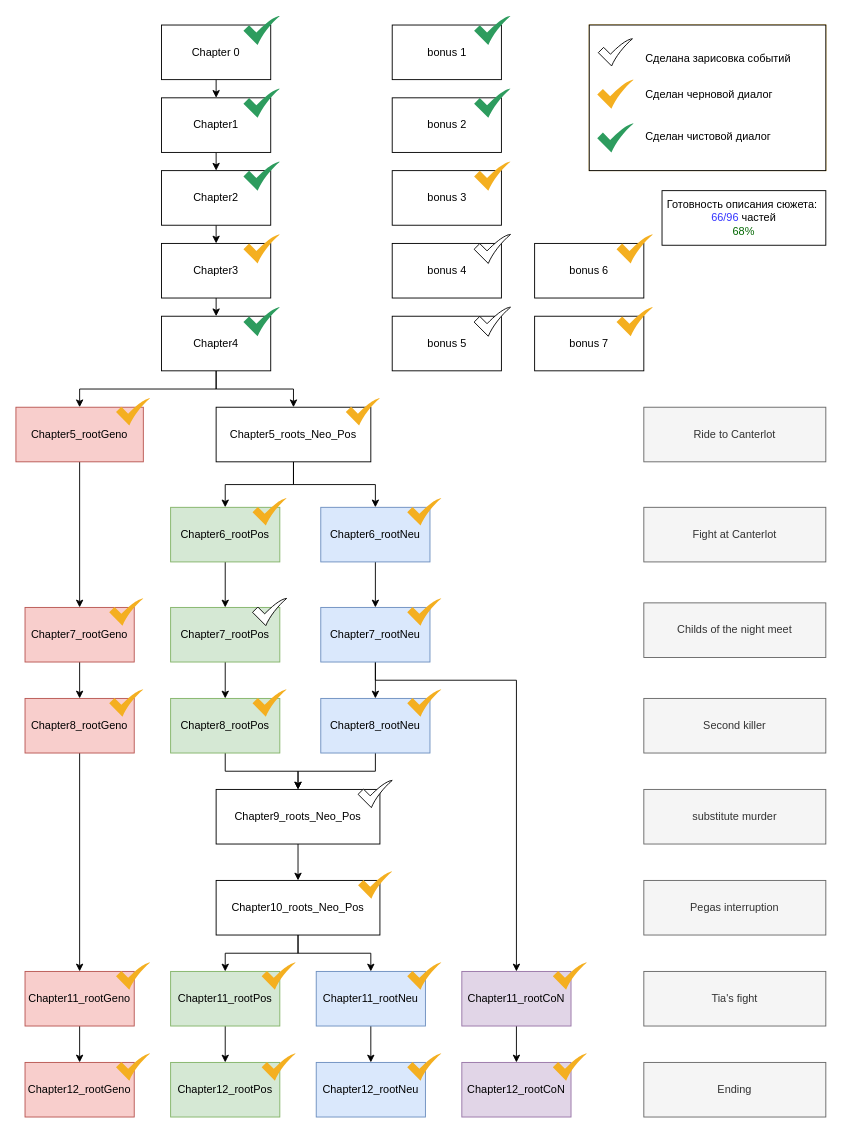
This is wip plot materials/chapters_clean/order.drawio from Oplkill/Silent-Burden-of-the-Dreamers-Visual-Novel-, a draw.io file, before an edit. Source tidied: cells renumbered, new cells numbered last; positions are measured from the earlier drawing's top-left corner, leaving out a move shared by most shapes. Both pictures are drawn from the tidied source at 91%, with x=0, y=0 at pixel (15, 15).
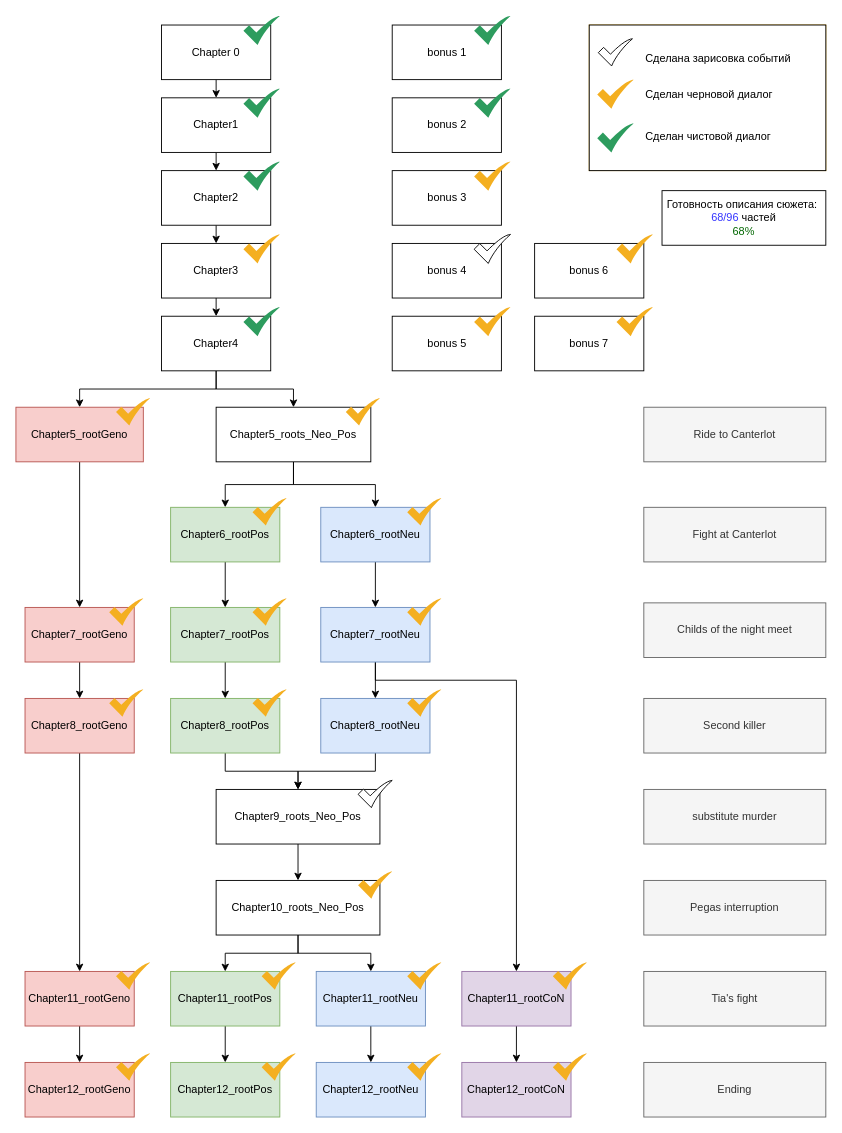
The same diagram, later.

The edit, as a diff of the source:
```diff
@@
-    <mxCell id="76" style="sketch=0;html=1;strokeColor=default;shadow=0;align=center;fillColor=#FFFFFF;verticalAlign=top;labelPosition=center;verticalLabelPosition=bottom;shape=mxgraph.gcp2.check;" parent="1" vertex="1">
+    <mxCell id="76" style="sketch=0;html=1;strokeColor=none;shadow=0;align=center;fillColor=#F4AF20;verticalAlign=top;labelPosition=center;verticalLabelPosition=bottom;shape=mxgraph.gcp2.check;" parent="1" vertex="1">
       <mxGeometry x="260" y="640" width="37.5" height="30" as="geometry" />
     </mxCell>
@@
-    <mxCell id="102" style="sketch=0;html=1;shadow=0;align=center;verticalAlign=top;labelPosition=center;verticalLabelPosition=bottom;shape=mxgraph.gcp2.check;" parent="1" vertex="1">
+    <mxCell id="102" style="sketch=0;html=1;shadow=0;align=center;verticalAlign=top;labelPosition=center;verticalLabelPosition=bottom;shape=mxgraph.gcp2.check;strokeColor=none;fillColor=#F4AF20;" parent="1" vertex="1">
       <mxGeometry x="503.5" y="320" width="40" height="32" as="geometry" />
     </mxCell>
@@
-    <mxCell id="107" value="Готовность описания сюжета:&amp;nbsp;&lt;div&gt;&lt;font style=&quot;color: rgb(51, 51, 255);&quot;&gt;66&lt;/font&gt;&lt;font style=&quot;background-color: transparent; color: rgb(51, 51, 255);&quot;&gt;/96&lt;/font&gt;&lt;span style=&quot;background-color: transparent; color: light-dark(rgb(0, 0, 0), rgb(255, 255, 255));&quot;&gt; частей&lt;/span&gt;&lt;/div&gt;&lt;div&gt;&lt;font style=&quot;color: rgb(0, 102, 0);&quot;&gt;68%&lt;/font&gt;&lt;/div&gt;" style="rounded=0;whiteSpace=wrap;html=1;" parent="1" vertex="1">
+    <mxCell id="107" value="Готовность описания сюжета:&amp;nbsp;&lt;div&gt;&lt;font style=&quot;color: rgb(51, 51, 255);&quot;&gt;68&lt;/font&gt;&lt;font style=&quot;background-color: transparent; color: rgb(51, 51, 255);&quot;&gt;/96&lt;/font&gt;&lt;span style=&quot;background-color: transparent; color: light-dark(rgb(0, 0, 0), rgb(255, 255, 255));&quot;&gt; частей&lt;/span&gt;&lt;/div&gt;&lt;div&gt;&lt;font style=&quot;color: rgb(0, 102, 0);&quot;&gt;68%&lt;/font&gt;&lt;/div&gt;" style="rounded=0;whiteSpace=wrap;html=1;" parent="1" vertex="1">
       <mxGeometry x="710" y="192" width="180" height="60" as="geometry" />
     </mxCell>
```
